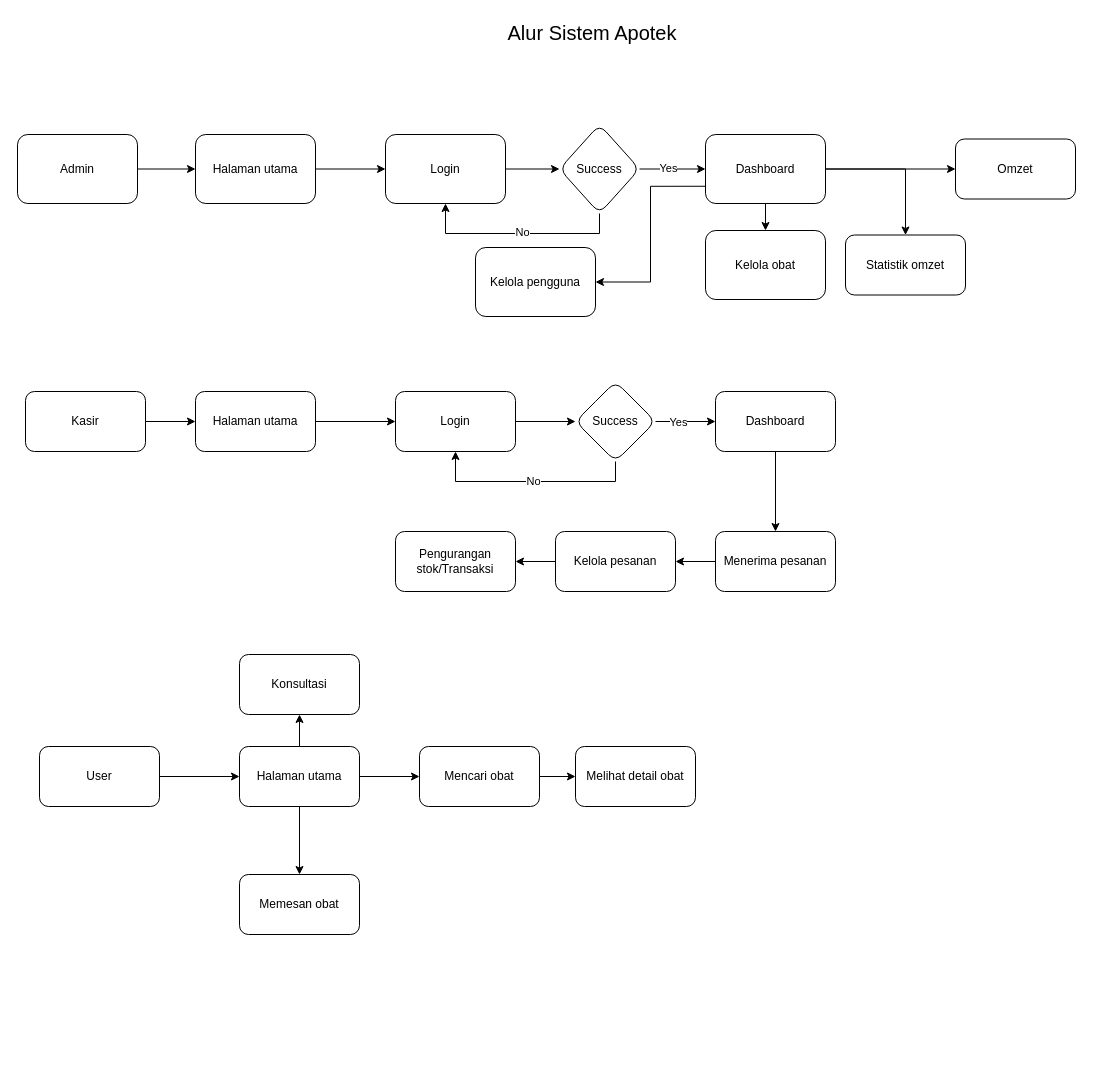
reezyee/apotek keeps this draw.io diagram as page "Alur" (1 of 2) of alur-apotek.drawio. Above is the earlier version. Source tidied: cells renumbered, new cells numbered last; positions are measured from the earlier drawing's top-left corner, leaving out a move shared by most shapes. Both pictures are drawn from the tidied source at 100%, with x=0, y=0 at pixel (17, 17).
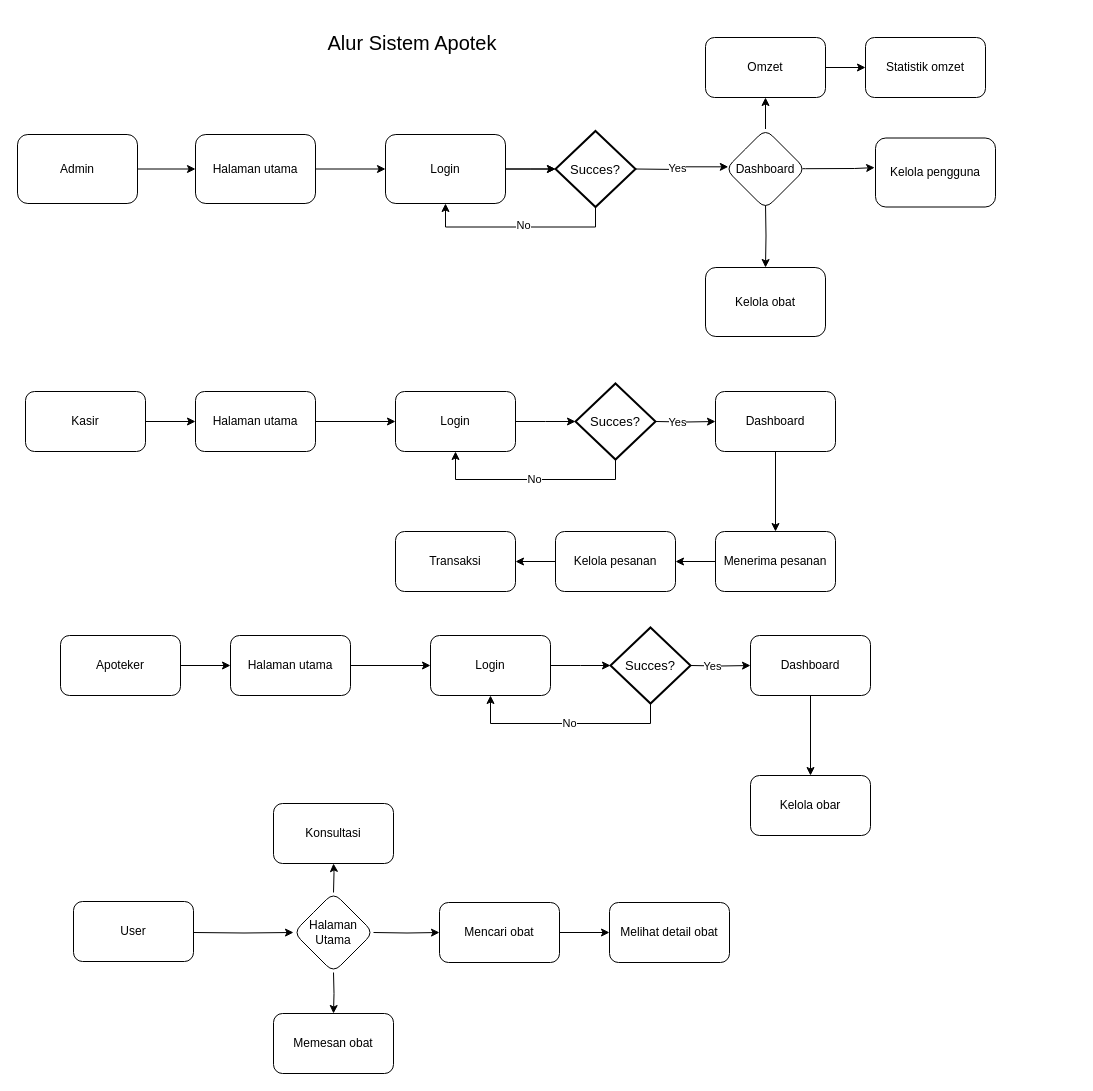
After the change.

The change refers to these unchanged cells:
```xml
<mxCell id="7" value="Login" style="whiteSpace=wrap;html=1;rounded=1;" parent="1" vertex="1">
  <mxGeometry x="368" y="117" width="120" height="69" as="geometry" />
</mxCell>
<mxCell id="36" value="Login" style="rounded=1;whiteSpace=wrap;html=1;" parent="1" vertex="1">
  <mxGeometry x="378" y="374" width="120" height="60" as="geometry" />
</mxCell>
<mxCell id="43" value="Dashboard" style="whiteSpace=wrap;html=1;rounded=1;" parent="1" vertex="1">
  <mxGeometry x="698" y="374" width="120" height="60" as="geometry" />
</mxCell>
```

Change to the diagram source:
```diff
@@
-    <mxCell id="6" style="edgeStyle=orthogonalEdgeStyle;rounded=0;jettySize=auto;html=1;" parent="1" edge="1" source="7" target="12">
-      <mxGeometry relative="1" as="geometry" />
+    <mxCell id="6" style="edgeStyle=orthogonalEdgeStyle;rounded=0;jettySize=auto;html=1;" parent="1" edge="1" source="7">
+      <mxGeometry relative="1" as="geometry">
+        <mxPoint x="538" y="151.5" as="targetPoint" />
+      </mxGeometry>
     </mxCell>
+    <mxCell id="52" style="edgeStyle=orthogonalEdgeStyle;rounded=0;jettySize=auto;html=1;entryX=0;entryY=0.5;entryDx=0;entryDy=0;entryPerimeter=0;" parent="1" edge="1" source="7" target="56">
+      <mxGeometry relative="1" as="geometry" />
+    </mxCell>
@@
-    <mxCell id="8" style="edgeStyle=orthogonalEdgeStyle;rounded=0;jettySize=auto;html=1;exitX=0.5;exitY=1;exitDx=0;exitDy=0;entryX=0.5;entryY=1;entryDx=0;entryDy=0;" parent="1" edge="1" source="12" target="7">
+    <mxCell id="8" style="edgeStyle=orthogonalEdgeStyle;rounded=0;jettySize=auto;html=1;exitX=0.5;exitY=1;exitDx=0;exitDy=0;entryX=0.5;entryY=1;entryDx=0;entryDy=0;exitPerimeter=0;" parent="1" edge="1" source="56" target="7">
       <mxGeometry relative="1" as="geometry" />
     </mxCell>
@@
-    <mxCell id="10" style="edgeStyle=orthogonalEdgeStyle;rounded=0;jettySize=auto;html=1;entryX=0;entryY=0.5;entryDx=0;entryDy=0;" parent="1" edge="1" source="12" target="17">
-      <mxGeometry relative="1" as="geometry" />
+    <mxCell id="10" style="edgeStyle=orthogonalEdgeStyle;rounded=0;jettySize=auto;html=1;entryX=0.035;entryY=0.473;entryDx=0;entryDy=0;entryPerimeter=0;" parent="1" edge="1" target="57">
+      <mxGeometry relative="1" as="geometry">
+        <mxPoint x="618" y="151.5" as="sourcePoint" />
+      </mxGeometry>
     </mxCell>
@@
-    <mxCell id="12" value="Success" style="rhombus;whiteSpace=wrap;html=1;rounded=1;" parent="1" vertex="1">
-      <mxGeometry x="542" y="107" width="80" height="89" as="geometry" />
-    </mxCell>
-    <mxCell id="13" style="edgeStyle=orthogonalEdgeStyle;rounded=0;jettySize=auto;html=1;exitX=0.5;exitY=1;exitDx=0;exitDy=0;entryX=0.5;entryY=0;entryDx=0;entryDy=0;" parent="1" edge="1" source="17" target="18">
-      <mxGeometry relative="1" as="geometry" />
+    <mxCell id="13" style="edgeStyle=orthogonalEdgeStyle;rounded=0;jettySize=auto;html=1;exitX=0.5;exitY=1;exitDx=0;exitDy=0;entryX=0.5;entryY=0;entryDx=0;entryDy=0;" parent="1" edge="1" target="18">
+      <mxGeometry relative="1" as="geometry">
+        <mxPoint x="748" y="186" as="sourcePoint" />
+      </mxGeometry>
     </mxCell>
-    <mxCell id="14" style="edgeStyle=orthogonalEdgeStyle;rounded=0;jettySize=auto;html=1;exitX=0;exitY=0.75;exitDx=0;exitDy=0;entryX=1;entryY=0.5;entryDx=0;entryDy=0;" parent="1" edge="1" source="17" target="49">
-      <mxGeometry relative="1" as="geometry" />
+    <mxCell id="14" style="edgeStyle=orthogonalEdgeStyle;rounded=0;jettySize=auto;html=1;exitX=0.963;exitY=0.496;exitDx=0;exitDy=0;entryX=-0.007;entryY=0.429;entryDx=0;entryDy=0;entryPerimeter=0;exitPerimeter=0;" parent="1" edge="1" source="57" target="49">
+      <mxGeometry relative="1" as="geometry">
+        <Array as="points">
+          <mxPoint x="788" y="151" />
+          <mxPoint x="837" y="151" />
+          <mxPoint x="837" y="152" />
+        </Array>
+      </mxGeometry>
     </mxCell>
-    <mxCell id="15" style="edgeStyle=orthogonalEdgeStyle;rounded=0;jettySize=auto;html=1;" parent="1" edge="1" source="17" target="50">
+    <mxCell id="15" style="edgeStyle=orthogonalEdgeStyle;rounded=0;jettySize=auto;html=1;exitX=0.5;exitY=0;exitDx=0;exitDy=0;" parent="1" edge="1" source="57" target="50">
       <mxGeometry relative="1" as="geometry" />
     </mxCell>
-    <mxCell id="16" style="edgeStyle=orthogonalEdgeStyle;rounded=0;jettySize=auto;html=1;" parent="1" edge="1" source="17" target="51">
+    <mxCell id="16" style="edgeStyle=orthogonalEdgeStyle;rounded=0;jettySize=auto;html=1;exitX=1;exitY=0.5;exitDx=0;exitDy=0;" parent="1" edge="1" source="50" target="51">
       <mxGeometry relative="1" as="geometry" />
     </mxCell>
-    <mxCell id="17" value="Dashboard" style="whiteSpace=wrap;html=1;rounded=1;" parent="1" vertex="1">
-      <mxGeometry x="688" y="117" width="120" height="69" as="geometry" />
-    </mxCell>
     <mxCell id="18" value="Kelola obat" style="rounded=1;whiteSpace=wrap;html=1;" parent="1" vertex="1">
-      <mxGeometry x="688" y="213" width="120" height="69" as="geometry" />
+      <mxGeometry x="688" y="250" width="120" height="69" as="geometry" />
     </mxCell>
-    <mxCell id="19" style="edgeStyle=orthogonalEdgeStyle;rounded=0;jettySize=auto;html=1;" parent="1" edge="1" source="20" target="24">
-      <mxGeometry relative="1" as="geometry" />
-    </mxCell>
+    <mxCell id="53" style="edgeStyle=orthogonalEdgeStyle;rounded=0;jettySize=auto;html=1;" parent="1" edge="1" target="54">
+      <mxGeometry relative="1" as="geometry">
+        <mxPoint x="176" y="915" as="sourcePoint" />
+      </mxGeometry>
+    </mxCell>
     <mxCell id="20" value="User" style="rounded=1;whiteSpace=wrap;html=1;" parent="1" vertex="1">
-      <mxGeometry x="22" y="729" width="120" height="60" as="geometry" />
+      <mxGeometry x="56" y="884" width="120" height="60" as="geometry" />
     </mxCell>
-    <mxCell id="21" style="edgeStyle=orthogonalEdgeStyle;rounded=0;jettySize=auto;html=1;" parent="1" edge="1" source="24" target="26">
-      <mxGeometry relative="1" as="geometry" />
+    <mxCell id="21" style="edgeStyle=orthogonalEdgeStyle;rounded=0;jettySize=auto;html=1;exitX=1;exitY=0.5;exitDx=0;exitDy=0;" parent="1" edge="1" target="26">
+      <mxGeometry relative="1" as="geometry">
+        <mxPoint x="356" y="915" as="sourcePoint" />
+      </mxGeometry>
     </mxCell>
-    <mxCell id="22" style="edgeStyle=orthogonalEdgeStyle;rounded=0;jettySize=auto;html=1;" parent="1" edge="1" source="24" target="27">
-      <mxGeometry relative="1" as="geometry" />
+    <mxCell id="22" style="edgeStyle=orthogonalEdgeStyle;rounded=0;jettySize=auto;html=1;exitX=0.5;exitY=1;exitDx=0;exitDy=0;" parent="1" edge="1" target="27">
+      <mxGeometry relative="1" as="geometry">
+        <mxPoint x="316" y="955" as="sourcePoint" />
+      </mxGeometry>
     </mxCell>
-    <mxCell id="23" style="edgeStyle=orthogonalEdgeStyle;rounded=0;jettySize=auto;html=1;" parent="1" edge="1" source="24" target="29">
-      <mxGeometry relative="1" as="geometry" />
+    <mxCell id="23" style="edgeStyle=orthogonalEdgeStyle;rounded=0;jettySize=auto;html=1;exitX=0.5;exitY=0;exitDx=0;exitDy=0;" parent="1" edge="1" target="29">
+      <mxGeometry relative="1" as="geometry">
+        <mxPoint x="316" y="875" as="sourcePoint" />
+      </mxGeometry>
     </mxCell>
-    <mxCell id="24" value="Halaman utama" style="whiteSpace=wrap;html=1;rounded=1;" parent="1" vertex="1">
-      <mxGeometry x="222" y="729" width="120" height="60" as="geometry" />
-    </mxCell>
@@
     <mxCell id="26" value="Mencari obat" style="whiteSpace=wrap;html=1;rounded=1;" parent="1" vertex="1">
-      <mxGeometry x="402" y="729" width="120" height="60" as="geometry" />
+      <mxGeometry x="422" y="885" width="120" height="60" as="geometry" />
     </mxCell>
     <mxCell id="27" value="Memesan obat" style="rounded=1;whiteSpace=wrap;html=1;" parent="1" vertex="1">
-      <mxGeometry x="222" y="857" width="120" height="60" as="geometry" />
+      <mxGeometry x="256" y="996" width="120" height="60" as="geometry" />
     </mxCell>
     <mxCell id="28" value="Melihat detail obat" style="rounded=1;whiteSpace=wrap;html=1;" parent="1" vertex="1">
-      <mxGeometry x="558" y="729" width="120" height="60" as="geometry" />
+      <mxGeometry x="592" y="885" width="120" height="60" as="geometry" />
     </mxCell>
     <mxCell id="29" value="Konsultasi" style="whiteSpace=wrap;html=1;rounded=1;" parent="1" vertex="1">
-      <mxGeometry x="222" y="637" width="120" height="60" as="geometry" />
+      <mxGeometry x="256" y="786" width="120" height="60" as="geometry" />
     </mxCell>
     <mxCell id="30" value="Alur Sistem Apotek" style="text;html=1;align=center;verticalAlign=middle;whiteSpace=wrap;rounded=0;fontSize=20;" parent="1" vertex="1">
-      <mxGeometry x="472" width="206" height="30" as="geometry" />
+      <mxGeometry x="292" y="10" width="206" height="30" as="geometry" />
     </mxCell>
@@
-    <mxCell id="35" style="edgeStyle=orthogonalEdgeStyle;rounded=0;jettySize=auto;html=1;" parent="1" edge="1" source="36" target="41">
-      <mxGeometry relative="1" as="geometry" />
+    <mxCell id="35" style="edgeStyle=orthogonalEdgeStyle;rounded=0;jettySize=auto;html=1;" parent="1" edge="1" source="36">
+      <mxGeometry relative="1" as="geometry">
+        <mxPoint x="558" y="404" as="targetPoint" />
+      </mxGeometry>
     </mxCell>
@@
-    <mxCell id="37" style="edgeStyle=orthogonalEdgeStyle;rounded=0;jettySize=auto;html=1;exitX=0.5;exitY=1;exitDx=0;exitDy=0;entryX=0.5;entryY=1;entryDx=0;entryDy=0;" parent="1" edge="1" source="41" target="36">
+    <mxCell id="37" style="edgeStyle=orthogonalEdgeStyle;rounded=0;jettySize=auto;html=1;exitX=0.5;exitY=1;exitDx=0;exitDy=0;entryX=0.5;entryY=1;entryDx=0;entryDy=0;exitPerimeter=0;" parent="1" edge="1" source="55" target="36">
       <mxGeometry relative="1" as="geometry" />
     </mxCell>
@@
-    <mxCell id="39" style="edgeStyle=orthogonalEdgeStyle;rounded=0;jettySize=auto;html=1;" parent="1" edge="1" source="41" target="43">
-      <mxGeometry relative="1" as="geometry" />
+    <mxCell id="39" style="edgeStyle=orthogonalEdgeStyle;rounded=0;jettySize=auto;html=1;" parent="1" edge="1" target="43">
+      <mxGeometry relative="1" as="geometry">
+        <mxPoint x="638" y="404" as="sourcePoint" />
+      </mxGeometry>
     </mxCell>
@@
-    <mxCell id="41" value="Success" style="rhombus;whiteSpace=wrap;html=1;rounded=1;" parent="1" vertex="1">
-      <mxGeometry x="558" y="364" width="80" height="80" as="geometry" />
-    </mxCell>
@@
-    <mxCell id="48" value="Pengurangan stok/Transaksi" style="whiteSpace=wrap;html=1;rounded=1;" parent="1" vertex="1">
+    <mxCell id="48" value="Transaksi" style="whiteSpace=wrap;html=1;rounded=1;" parent="1" vertex="1">
       <mxGeometry x="378" y="514" width="120" height="60" as="geometry" />
     </mxCell>
     <mxCell id="49" value="Kelola pengguna" style="rounded=1;whiteSpace=wrap;html=1;" parent="1" vertex="1">
-      <mxGeometry x="458" y="230" width="120" height="69" as="geometry" />
+      <mxGeometry x="858" y="120.5" width="120" height="69" as="geometry" />
     </mxCell>
     <mxCell id="50" value="Omzet" style="whiteSpace=wrap;html=1;rounded=1;" parent="1" vertex="1">
-      <mxGeometry x="938" y="121.5" width="120" height="60" as="geometry" />
+      <mxGeometry x="688" y="20" width="120" height="60" as="geometry" />
     </mxCell>
     <mxCell id="51" value="Statistik omzet" style="whiteSpace=wrap;html=1;rounded=1;" parent="1" vertex="1">
-      <mxGeometry x="828" y="217.5" width="120" height="60" as="geometry" />
+      <mxGeometry x="848" y="20" width="120" height="60" as="geometry" />
     </mxCell>
+    <mxCell id="54" value="Halaman Utama" style="rhombus;whiteSpace=wrap;html=1;rounded=1;" parent="1" vertex="1">
+      <mxGeometry x="276" y="875" width="80" height="80" as="geometry" />
+    </mxCell>
+    <mxCell id="55" value="Succes?" style="strokeWidth=2;html=1;shape=mxgraph.flowchart.decision;whiteSpace=wrap;fontSize=13;" parent="1" vertex="1">
+      <mxGeometry x="558" y="366" width="80" height="76" as="geometry" />
+    </mxCell>
+    <mxCell id="56" value="Succes?" style="strokeWidth=2;html=1;shape=mxgraph.flowchart.decision;whiteSpace=wrap;fontSize=13;" parent="1" vertex="1">
+      <mxGeometry x="538" y="113.5" width="80" height="76" as="geometry" />
+    </mxCell>
+    <mxCell id="57" value="Dashboard" style="rhombus;whiteSpace=wrap;html=1;rounded=1;" parent="1" vertex="1">
+      <mxGeometry x="708" y="111.5" width="80" height="80" as="geometry" />
+    </mxCell>
+    <mxCell id="58" style="edgeStyle=orthogonalEdgeStyle;rounded=0;jettySize=auto;html=1;" parent="1" edge="1" source="59" target="24">
+      <mxGeometry relative="1" as="geometry" />
+    </mxCell>
+    <mxCell id="59" value="Apoteker" style="rounded=1;whiteSpace=wrap;html=1;" parent="1" vertex="1">
+      <mxGeometry x="43" y="618" width="120" height="60" as="geometry" />
+    </mxCell>
+    <mxCell id="60" style="edgeStyle=orthogonalEdgeStyle;rounded=0;jettySize=auto;html=1;" parent="1" edge="1" source="24" target="62">
+      <mxGeometry relative="1" as="geometry" />
+    </mxCell>
+    <mxCell id="24" value="Halaman utama" style="rounded=1;whiteSpace=wrap;html=1;" parent="1" vertex="1">
+      <mxGeometry x="213" y="618" width="120" height="60" as="geometry" />
+    </mxCell>
+    <mxCell id="61" style="edgeStyle=orthogonalEdgeStyle;rounded=0;jettySize=auto;html=1;" parent="1" edge="1" source="62">
+      <mxGeometry relative="1" as="geometry">
+        <mxPoint x="593" y="648" as="targetPoint" />
+      </mxGeometry>
+    </mxCell>
+    <mxCell id="62" value="Login" style="rounded=1;whiteSpace=wrap;html=1;" parent="1" vertex="1">
+      <mxGeometry x="413" y="618" width="120" height="60" as="geometry" />
+    </mxCell>
+    <mxCell id="63" style="edgeStyle=orthogonalEdgeStyle;rounded=0;jettySize=auto;html=1;exitX=0.5;exitY=1;exitDx=0;exitDy=0;entryX=0.5;entryY=1;entryDx=0;entryDy=0;exitPerimeter=0;" parent="1" edge="1" source="69" target="62">
+      <mxGeometry relative="1" as="geometry" />
+    </mxCell>
+    <mxCell id="64" value="No" style="edgeLabel;html=1;align=center;verticalAlign=middle;" parent="63" vertex="1">
+      <mxGeometry x="-0.02" y="-1" relative="1" as="geometry" />
+    </mxCell>
+    <mxCell id="65" style="edgeStyle=orthogonalEdgeStyle;rounded=0;jettySize=auto;html=1;" parent="1" edge="1" target="17">
+      <mxGeometry relative="1" as="geometry">
+        <mxPoint x="673" y="648" as="sourcePoint" />
+      </mxGeometry>
+    </mxCell>
+    <mxCell id="66" value="Yes" style="edgeLabel;html=1;align=center;verticalAlign=middle;" parent="65" vertex="1">
+      <mxGeometry x="-0.27" relative="1" as="geometry" />
+    </mxCell>
+    <mxCell id="67" style="edgeStyle=orthogonalEdgeStyle;rounded=0;jettySize=auto;html=1;" parent="1" edge="1" source="17" target="68">
+      <mxGeometry relative="1" as="geometry" />
+    </mxCell>
+    <mxCell id="17" value="Dashboard" style="whiteSpace=wrap;html=1;rounded=1;" parent="1" vertex="1">
+      <mxGeometry x="733" y="618" width="120" height="60" as="geometry" />
+    </mxCell>
+    <mxCell id="68" value="Kelola obar" style="rounded=1;whiteSpace=wrap;html=1;" parent="1" vertex="1">
+      <mxGeometry x="733" y="758" width="120" height="60" as="geometry" />
+    </mxCell>
+    <mxCell id="69" value="Succes?" style="strokeWidth=2;html=1;shape=mxgraph.flowchart.decision;whiteSpace=wrap;fontSize=13;" parent="1" vertex="1">
+      <mxGeometry x="593" y="610" width="80" height="76" as="geometry" />
+    </mxCell>
```
